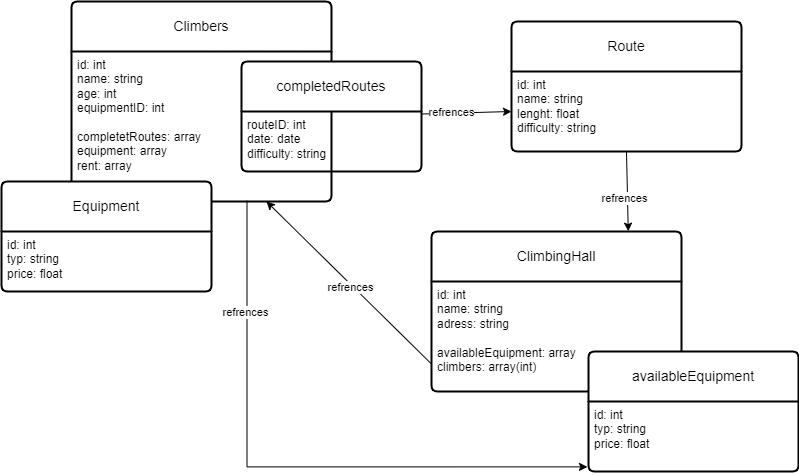
The draw.io diagram KN-M-02/Images/KN-M-02_B.drawio.png in AdrianTBZ/M165, before a commit. Source tidied: cells renumbered, new cells last; positions are measured from the earlier drawing's top-left corner, leaving out a move shared by most shapes.
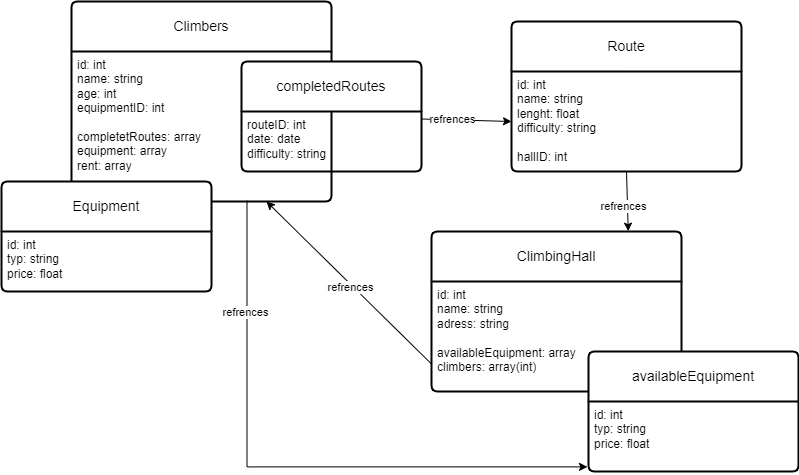
After the commit.

What changed in the source:
```diff
@@ -21,10 +21,10 @@
       <mxGeometry y="50" width="180" height="60" as="geometry" />
     </mxCell>
     <mxCell id="8" value="Route" style="swimlane;horizontal=1;startSize=50;rounded=1;fontSize=14;fontStyle=0;strokeWidth=2;shadow=0;dashed=0;align=center;arcSize=4;whiteSpace=wrap;html=1;" parent="1" vertex="1">
-      <mxGeometry x="510" y="20" width="230" height="130" as="geometry" />
+      <mxGeometry x="510" y="20" width="230" height="150" as="geometry" />
     </mxCell>
-    <mxCell id="9" value="id: int&lt;div&gt;name: string&lt;/div&gt;&lt;div&gt;lenght: float&lt;/div&gt;&lt;div&gt;difficulty: string&lt;/div&gt;" style="align=left;strokeColor=none;fillColor=none;spacingLeft=4;spacingRight=4;fontSize=12;verticalAlign=top;html=1;whiteSpace=wrap;" parent="8" vertex="1">
-      <mxGeometry y="50" width="230" height="80" as="geometry" />
+    <mxCell id="9" value="id: int&lt;div&gt;name: string&lt;/div&gt;&lt;div&gt;lenght: float&lt;/div&gt;&lt;div&gt;difficulty: string&lt;/div&gt;&lt;div&gt;&lt;br&gt;&lt;/div&gt;&lt;div&gt;hallID: int&lt;/div&gt;&lt;div&gt;&lt;br&gt;&lt;/div&gt;" style="align=left;strokeColor=none;fillColor=none;spacingLeft=4;spacingRight=4;fontSize=12;verticalAlign=top;html=1;whiteSpace=wrap;" parent="8" vertex="1">
+      <mxGeometry y="50" width="230" height="100" as="geometry" />
     </mxCell>
     <mxCell id="10" value="Equipment" style="swimlane;horizontal=1;startSize=50;rounded=1;fontSize=14;fontStyle=0;strokeWidth=2;shadow=0;dashed=0;align=center;arcSize=4;whiteSpace=wrap;html=1;" parent="1" vertex="1">
       <mxGeometry y="180" width="210" height="110" as="geometry" />
```
